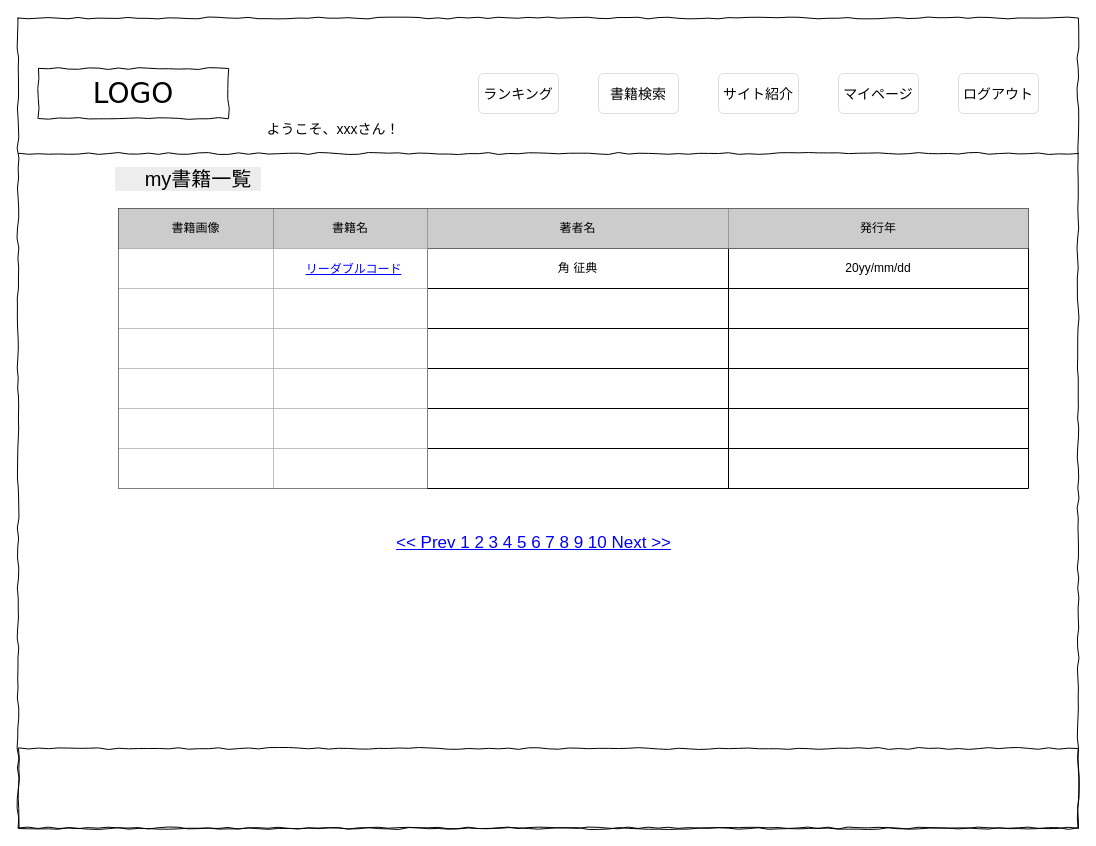
This is page "書籍一覧" (11 of 21) of wire_TechnicalBookReviewers_user.drawio from MitsuruYako/TechnicalBookReviewers, a draw.io file, before an edit. Source tidied: cells renumbered, new cells numbered last; positions are measured from the earlier drawing's top-left corner, leaving out a move shared by most shapes. Both pictures are drawn from the tidied source at 100%, with x=0, y=0 at pixel (18, 18).
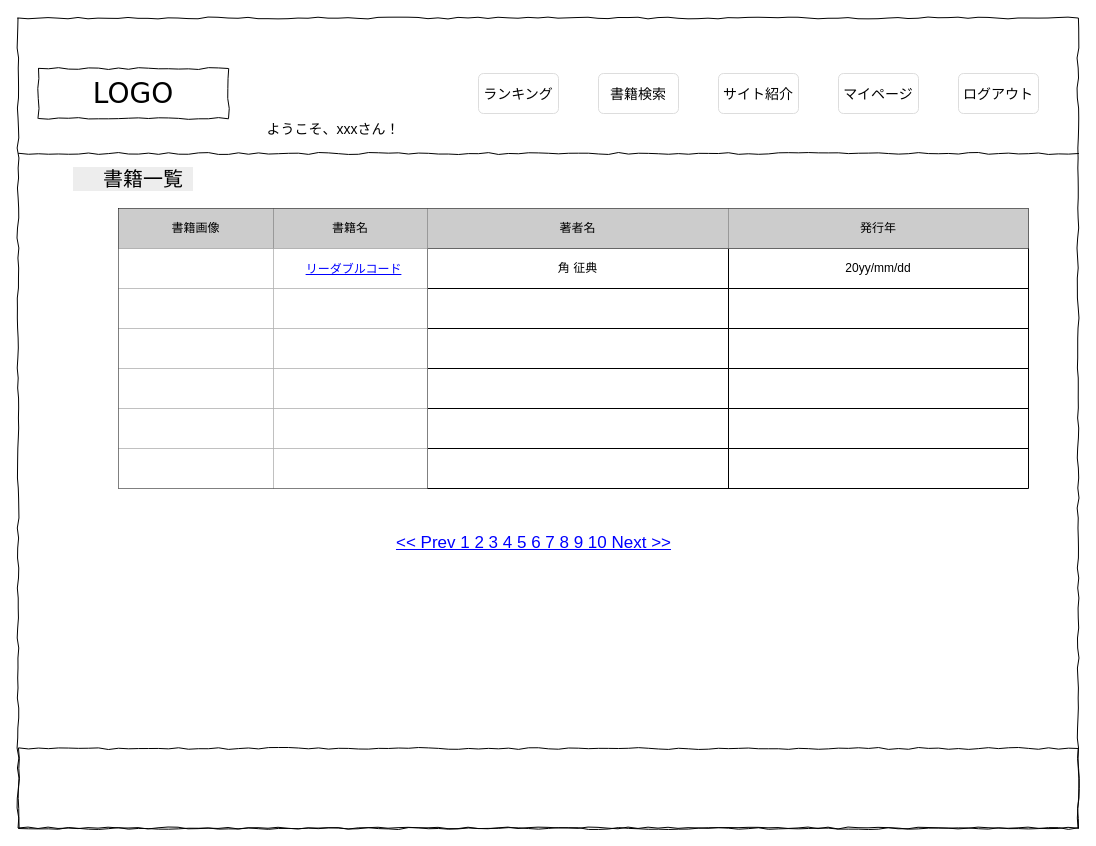
The same page after the edit.

Change to the diagram source:
```diff
@@
-    <mxCell id="12" value="　my書籍一覧　" style="text;html=1;strokeColor=none;fillColor=none;align=center;verticalAlign=middle;whiteSpace=wrap;rounded=0;labelBackgroundColor=#EDEDED;fontSize=20;" parent="1" vertex="1">
-      <mxGeometry x="30" y="150" width="280" height="20" as="geometry" />
+    <mxCell id="12" value="　書籍一覧　" style="text;html=1;strokeColor=none;fillColor=none;align=center;verticalAlign=middle;whiteSpace=wrap;rounded=0;labelBackgroundColor=#EDEDED;fontSize=20;" parent="1" vertex="1">
+      <mxGeometry x="50" y="150" width="130" height="20" as="geometry" />
     </mxCell>
```
